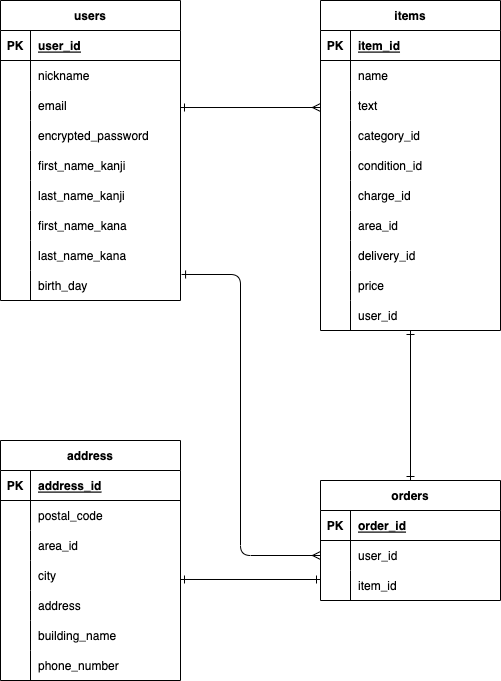
Before: app/furima_DB.png, a diagram exported from draw.io (t-mahito/furima-37474). Source tidied: cells renumbered, new cells last; positions are measured from the earlier drawing's top-left corner, leaving out a move shared by most shapes.
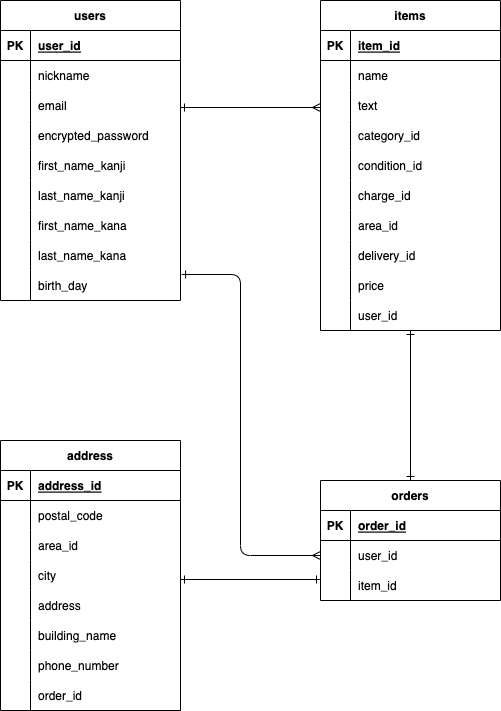
After the change.

Diff of the diagram source:
```diff
@@ -190,7 +190,7 @@
       </mxGeometry>
     </mxCell>
     <mxCell id="63" value="address" style="shape=table;startSize=30;rowLines=0;fontStyle=1;align=center;" parent="1" vertex="1">
-      <mxGeometry y="440" width="180" height="240" as="geometry" />
+      <mxGeometry y="440" width="180" height="270" as="geometry" />
     </mxCell>
     <mxCell id="64" style="shape=partialRectangle;fillColor=none;top=0;left=0;bottom=1;right=0;" parent="63" vertex="1">
       <mxGeometry y="30" width="180" height="30" as="geometry" />
@@ -255,6 +255,15 @@
     <mxCell id="84" value="phone_number" style="shape=partialRectangle;fillColor=none;top=0;left=0;bottom=0;right=0;align=left;spacingLeft=6;overflow=hidden;" parent="82" vertex="1">
       <mxGeometry x="30" width="150" height="30" as="geometry" />
     </mxCell>
+    <mxCell id="97" style="shape=partialRectangle;fillColor=none;top=0;left=0;bottom=0;right=0;" parent="63" vertex="1">
+      <mxGeometry y="240" width="180" height="30" as="geometry" />
+    </mxCell>
+    <mxCell id="98" style="shape=partialRectangle;fillColor=none;top=0;left=0;bottom=0;right=0;overflow=hidden;" parent="97" vertex="1">
+      <mxGeometry width="30" height="30" as="geometry" />
+    </mxCell>
+    <mxCell id="99" value="order_id" style="shape=partialRectangle;fillColor=none;top=0;left=0;bottom=0;right=0;align=left;spacingLeft=6;overflow=hidden;" parent="97" vertex="1">
+      <mxGeometry x="30" width="150" height="30" as="geometry" />
+    </mxCell>
     <mxCell id="85" style="edgeStyle=none;html=1;startArrow=ERone;startFill=0;endArrow=ERone;endFill=0;" parent="1" edge="1" source="87" target="58">
       <mxGeometry relative="1" as="geometry" />
     </mxCell>
```
